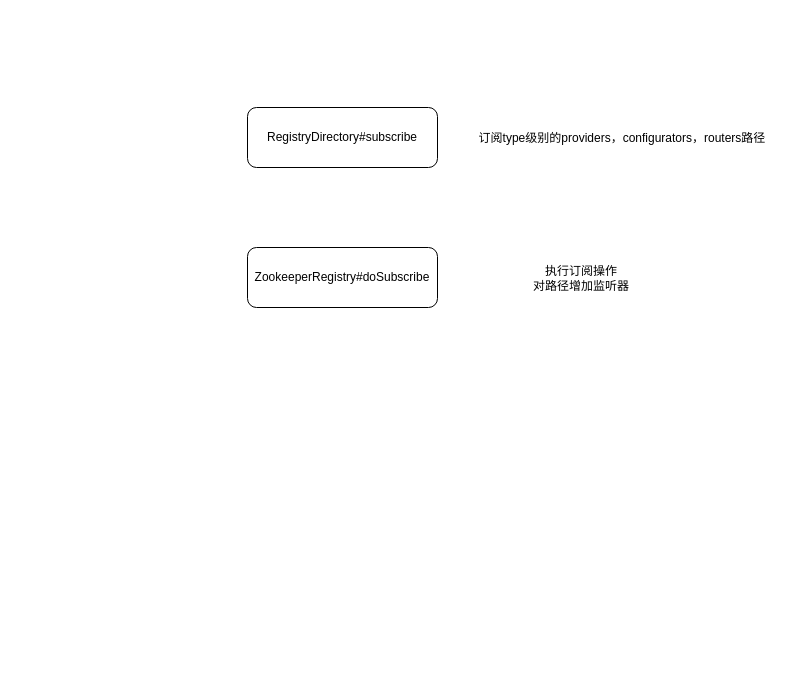
erlieStar/diagrams keeps this draw.io diagram as 服务引入生成Invoker的过程.drawio. Above is the earlier version. Source tidied: cells renumbered, new cells numbered last; positions are measured from the earlier drawing's top-left corner, leaving out a move shared by most shapes. Both pictures are drawn from the tidied source at 100%, with x=0, y=0 at pixel (247, 107).
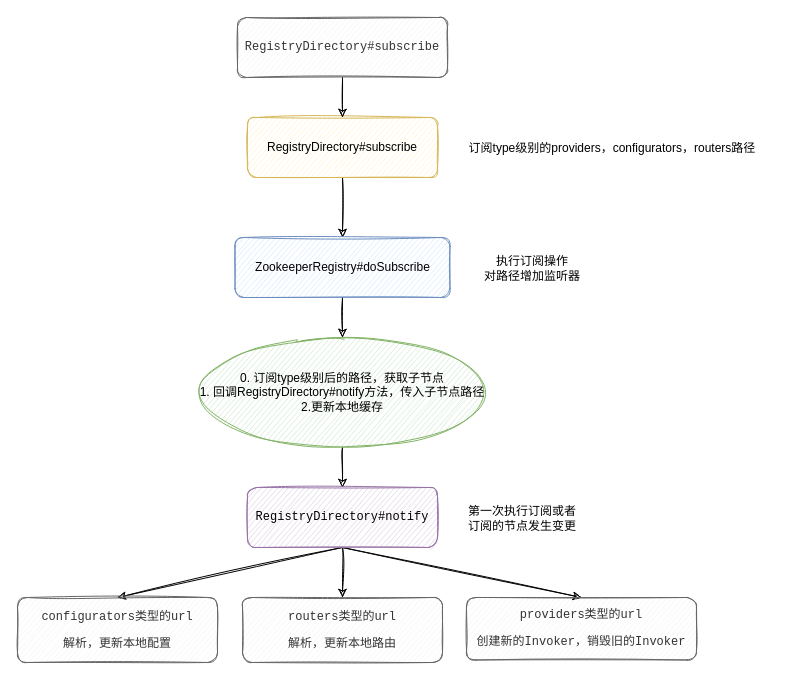
The same diagram, later.

Commit message:
Update 服务引入生成Invoker的过程.drawio

Diff of the diagram source:
```diff
@@
 <mxGraphModel>
   <root>
     <mxCell id="0" />
     <mxCell id="1" parent="0" />
+    <mxCell id="6" style="edgeStyle=orthogonalEdgeStyle;rounded=0;jettySize=auto;html=1;sketch=1;" parent="1" edge="1" source="2" target="4">
+      <mxGeometry relative="1" as="geometry" />
+    </mxCell>
-    <mxCell id="2" value="RegistryDirectory#subscribe" style="rounded=1;whiteSpace=wrap;html=1;" parent="1" vertex="1">
-      <mxGeometry width="190" height="60" as="geometry" />
+    <mxCell id="2" value="&lt;font style=&quot;font-size: 12px&quot;&gt;RegistryDirectory#subscribe&lt;/font&gt;" style="rounded=1;whiteSpace=wrap;html=1;fillColor=#fff2cc;strokeColor=#d6b656;sketch=1;" parent="1" vertex="1">
+      <mxGeometry y="10" width="190" height="60" as="geometry" />
     </mxCell>
     <mxCell id="3" value="订阅type级别的providers，configurators，routers路径" style="text;html=1;strokeColor=none;fillColor=none;align=center;verticalAlign=middle;whiteSpace=wrap;rounded=0;" parent="1" vertex="1">
-      <mxGeometry x="220" y="30" width="310" as="geometry" />
+      <mxGeometry x="210" y="40" width="310" as="geometry" />
     </mxCell>
+    <mxCell id="7" style="edgeStyle=orthogonalEdgeStyle;rounded=0;jettySize=auto;html=1;sketch=1;" parent="1" edge="1" source="4" target="9">
+      <mxGeometry relative="1" as="geometry" />
+    </mxCell>
-    <mxCell id="4" value="ZookeeperRegistry#doSubscribe" style="rounded=1;whiteSpace=wrap;html=1;" parent="1" vertex="1">
-      <mxGeometry y="140" width="190" height="60" as="geometry" />
+    <mxCell id="4" value="&lt;font style=&quot;font-size: 12px&quot;&gt;ZookeeperRegistry#doSubscribe&lt;/font&gt;" style="rounded=1;whiteSpace=wrap;html=1;fillColor=#dae8fc;strokeColor=#6c8ebf;sketch=1;" parent="1" vertex="1">
+      <mxGeometry x="-12.5" y="130" width="215" height="60" as="geometry" />
     </mxCell>
     <mxCell id="5" value="执行订阅操作&lt;br&gt;对路径增加监听器" style="text;html=1;strokeColor=none;fillColor=none;align=center;verticalAlign=middle;whiteSpace=wrap;rounded=0;" parent="1" vertex="1">
-      <mxGeometry x="179" y="170" width="310" as="geometry" />
+      <mxGeometry x="130" y="160" width="310" as="geometry" />
     </mxCell>
+    <mxCell id="8" style="edgeStyle=orthogonalEdgeStyle;rounded=0;jettySize=auto;html=1;sketch=1;" parent="1" edge="1" source="9" target="13">
+      <mxGeometry relative="1" as="geometry" />
+    </mxCell>
+    <mxCell id="9" value="&lt;font style=&quot;font-size: 12px&quot;&gt;0. 订阅type级别后的路径，获取子节点&lt;br&gt;1. 回调RegistryDirectory#notify方法，传入子节点路径&lt;br&gt;2.更新本地缓存&lt;/font&gt;" style="ellipse;whiteSpace=wrap;html=1;fillColor=#d5e8d4;strokeColor=#82b366;sketch=1;" parent="1" vertex="1">
+      <mxGeometry x="-55" y="230" width="300" height="110" as="geometry" />
+    </mxCell>
+    <mxCell id="10" style="edgeStyle=orthogonalEdgeStyle;rounded=0;jettySize=auto;html=1;sketch=1;" parent="1" edge="1" source="13" target="16">
+      <mxGeometry relative="1" as="geometry" />
+    </mxCell>
+    <mxCell id="11" style="rounded=0;jettySize=auto;html=1;exitX=0.5;exitY=1;exitDx=0;exitDy=0;entryX=0.5;entryY=0;entryDx=0;entryDy=0;sketch=1;" parent="1" edge="1" source="13" target="17">
+      <mxGeometry relative="1" as="geometry" />
+    </mxCell>
+    <mxCell id="12" style="edgeStyle=none;rounded=0;jettySize=auto;html=1;exitX=0.5;exitY=1;exitDx=0;exitDy=0;entryX=0.5;entryY=0;entryDx=0;entryDy=0;sketch=1;" parent="1" edge="1" source="13" target="15">
+      <mxGeometry relative="1" as="geometry" />
+    </mxCell>
+    <mxCell id="13" value="&lt;pre&gt;RegistryDirectory#notify&lt;/pre&gt;" style="rounded=1;whiteSpace=wrap;html=1;fillColor=#e1d5e7;strokeColor=#9673a6;sketch=1;" parent="1" vertex="1">
+      <mxGeometry y="380" width="190" height="60" as="geometry" />
+    </mxCell>
+    <mxCell id="14" value="第一次执行订阅或者&lt;br&gt;订阅的节点发生变更" style="text;html=1;strokeColor=none;fillColor=none;align=center;verticalAlign=middle;whiteSpace=wrap;rounded=0;" parent="1" vertex="1">
+      <mxGeometry x="120" y="410" width="310" as="geometry" />
+    </mxCell>
+    <mxCell id="15" value="&lt;pre&gt;configurators类型的url&lt;/pre&gt;&lt;pre&gt;解析，更新本地配置&lt;/pre&gt;" style="rounded=1;whiteSpace=wrap;html=1;fillColor=#f5f5f5;strokeColor=#666666;fontColor=#333333;sketch=1;" parent="1" vertex="1">
+      <mxGeometry x="-230" y="490" width="200" height="65" as="geometry" />
+    </mxCell>
+    <mxCell id="16" value="&lt;pre&gt;&lt;pre&gt;routers类型的url&lt;/pre&gt;&lt;pre&gt;解析，更新本地路由&lt;/pre&gt;&lt;/pre&gt;" style="rounded=1;whiteSpace=wrap;html=1;fillColor=#f5f5f5;strokeColor=#666666;fontColor=#333333;sketch=1;" parent="1" vertex="1">
+      <mxGeometry x="-5" y="490" width="200" height="65" as="geometry" />
+    </mxCell>
+    <mxCell id="17" value="&lt;pre&gt;&lt;pre&gt;providers类型的url&lt;/pre&gt;&lt;pre&gt;创建新的Invoker，销毁旧的Invoker&lt;/pre&gt;&lt;/pre&gt;" style="rounded=1;whiteSpace=wrap;html=1;fillColor=#f5f5f5;strokeColor=#666666;fontColor=#333333;sketch=1;" parent="1" vertex="1">
+      <mxGeometry x="219" y="490" width="230" height="62.5" as="geometry" />
+    </mxCell>
+    <mxCell id="18" style="edgeStyle=orthogonalEdgeStyle;rounded=0;jettySize=auto;html=1;sketch=1;" parent="1" edge="1" source="19" target="2">
+      <mxGeometry relative="1" as="geometry" />
+    </mxCell>
+    <mxCell id="19" value="&lt;pre&gt;RegistryDirectory#subscribe&lt;/pre&gt;" style="rounded=1;whiteSpace=wrap;html=1;sketch=1;fillColor=#f5f5f5;strokeColor=#666666;fontColor=#333333;" parent="1" vertex="1">
+      <mxGeometry x="-10" y="-90" width="210" height="60" as="geometry" />
+    </mxCell>
   </root>
 </mxGraphModel>
```
